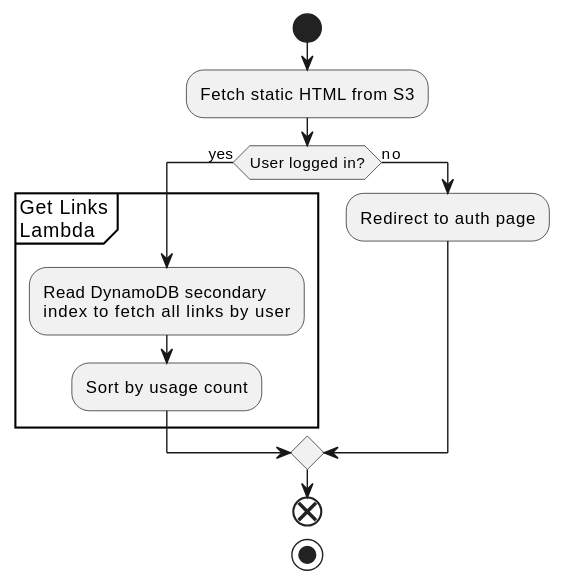
The PlantUML diagram images/flowchart_01_homepage.svg in mourjo/liliput, before a commit.
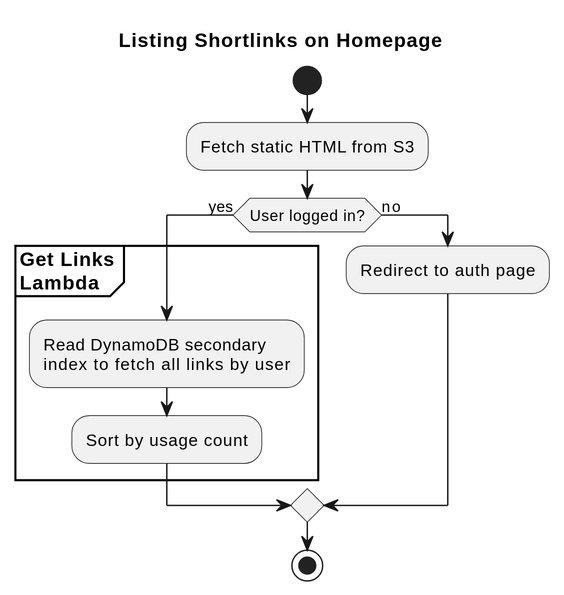
Later version of the same file.

What changed in the source:
```diff
@@ -1,8 +1,11 @@
 @startuml
+title "Listing Shortlinks on Homepage"
+scale 2
+
 start
 :Fetch static HTML from S3;
 if (User logged in?) then (yes)
-partition "Get Links\nLambda" {
+partition "**Get Links**\n**Lambda**" {
 :Read DynamoDB secondary\nindex to fetch all links by user;
 :Sort by usage count;
 }
@@ -10,9 +13,6 @@
 else (no)
 :Redirect to auth page;
 endif
-end
-
-
 
 stop
 @enduml
```
